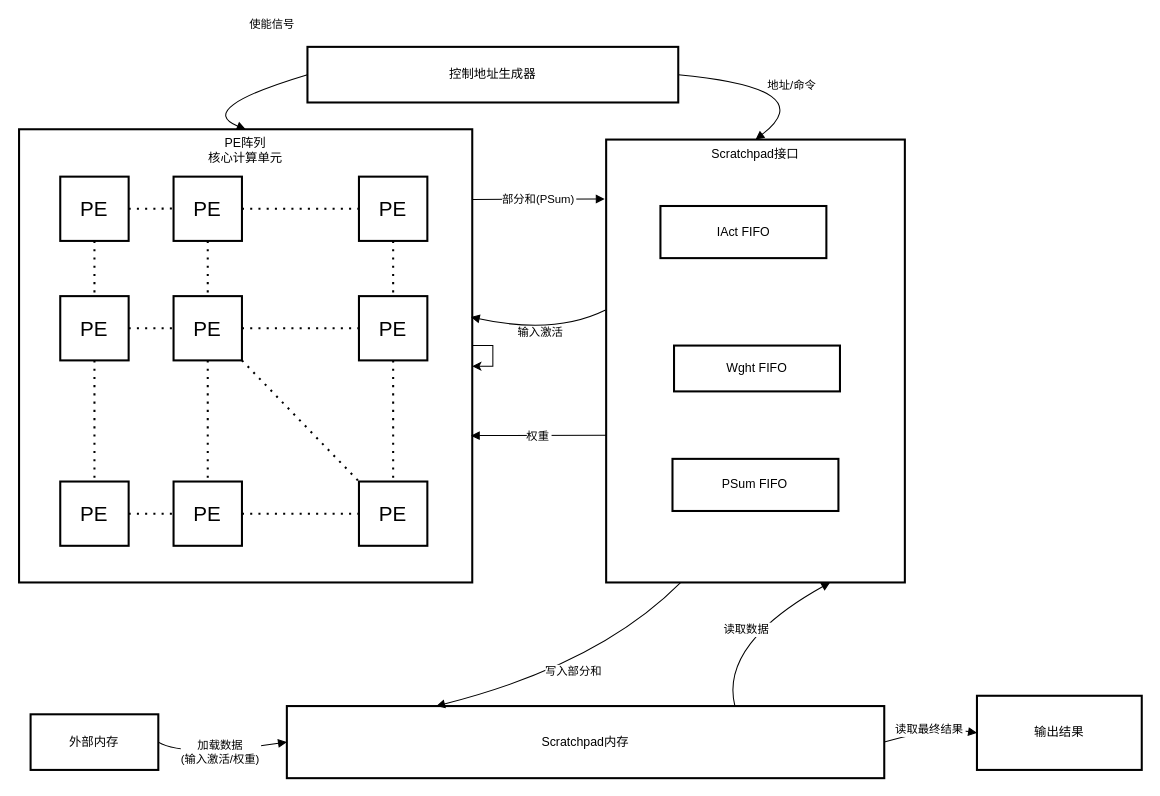
The draw.io diagram a/dataflow_full.drawio in SuperCcyerer/for_drawio, before the edit. Source tidied: cells renumbered, new cells numbered last; positions are measured from the earlier drawing's top-left corner, leaving out a move shared by most shapes. Both pictures are drawn from the tidied source at 103%, with x=0, y=0 at pixel (19, 46).
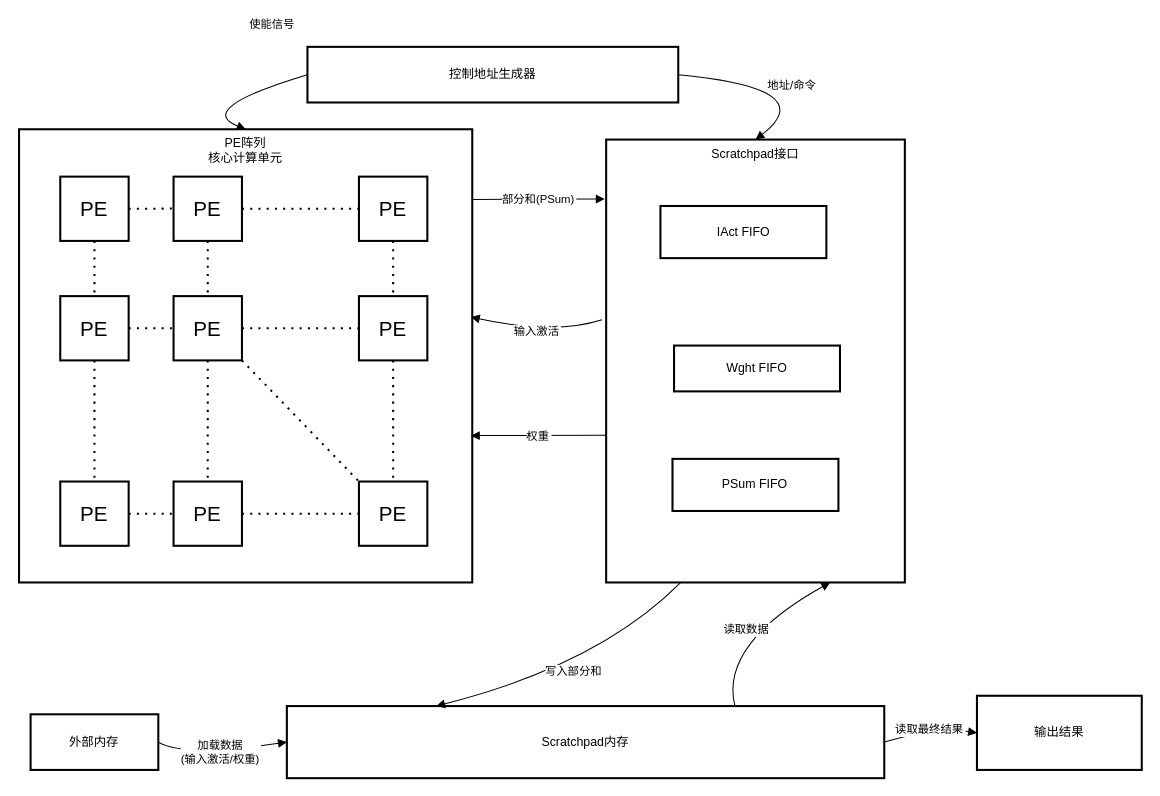
After the change.

Unchanged cells that the change refers to:
```xml
<mxCell id="2" value="PE阵列&#10;核心计算单元" style="whiteSpace=wrap;strokeWidth=2;verticalAlign=top;" parent="1" vertex="1">
  <mxGeometry y="80" width="440" height="440" as="geometry" />
</mxCell>
<mxCell id="3" value="Scratchpad接口" style="whiteSpace=wrap;strokeWidth=2;verticalAlign=top;" parent="1" vertex="1">
  <mxGeometry x="570" y="90" width="290" height="430" as="geometry" />
</mxCell>
```

The edit, as a diff of the source:
```diff
@@
-    <mxCell id="14" value="输入激活" style="curved=1;startArrow=none;endArrow=block;exitX=-0.002;exitY=0.385;entryX=0.997;entryY=0.414;rounded=0;exitDx=0;exitDy=0;exitPerimeter=0;entryDx=0;entryDy=0;entryPerimeter=0;" parent="1" edge="1" source="3" target="2">
+    <mxCell id="14" value="输入激活" style="curved=1;startArrow=none;endArrow=block;exitX=-0.014;exitY=0.407;entryX=0.997;entryY=0.414;rounded=0;exitDx=0;exitDy=0;exitPerimeter=0;entryDx=0;entryDy=0;entryPerimeter=0;" parent="1" edge="1" source="3" target="2">
       <mxGeometry relative="1" as="geometry">
         <Array as="points">
           <mxPoint x="520" y="280" />
         </Array>
       </mxGeometry>
     </mxCell>
@@
-    <mxCell id="42" style="edgeStyle=orthogonalEdgeStyle;rounded=0;orthogonalLoop=1;jettySize=auto;html=1;" parent="1" edge="1" source="2" target="2">
-      <mxGeometry relative="1" as="geometry" />
-    </mxCell>
```
